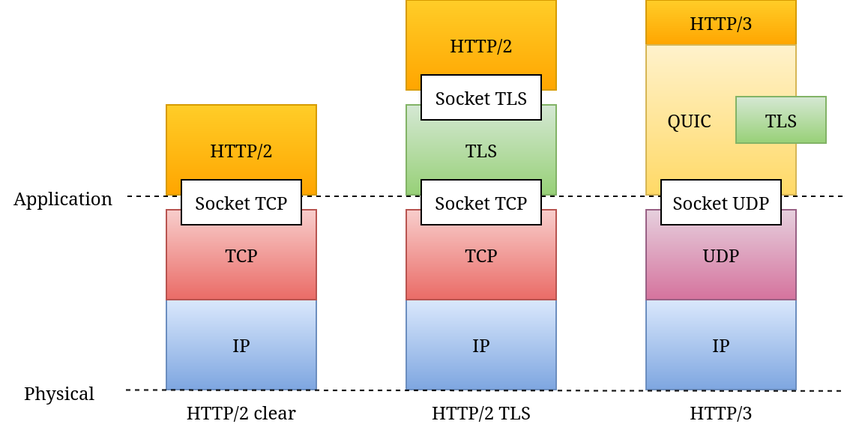
Earlier version of the draw.io export figures/stack_tls.png (seggiani-luca/appunti-cn). Source tidied: cells renumbered, new cells last; positions are measured from the earlier drawing's top-left corner, leaving out a move shared by most shapes. Its diagram source:
```xml
<mxGraphModel>
  <root>
    <mxCell id="0" />
    <mxCell id="1" parent="0" />
    <mxCell id="2" style="endArrow=none;dashed=1;html=1;rounded=0;" parent="1" edge="1">
      <mxGeometry relative="1" as="geometry">
        <mxPoint x="85" y="131" as="sourcePoint" />
        <mxPoint x="565" y="131" as="targetPoint" />
      </mxGeometry>
    </mxCell>
    <mxCell id="3" value="IP" style="rounded=0;whiteSpace=wrap;html=1;fillColor=#dae8fc;gradientColor=#7ea6e0;strokeColor=#6c8ebf;" parent="1" vertex="1">
      <mxGeometry x="111" y="200" width="100" height="60" as="geometry" />
    </mxCell>
    <mxCell id="4" value="TCP" style="rounded=0;whiteSpace=wrap;html=1;fillColor=#f8cecc;gradientColor=#ea6b66;strokeColor=#b85450;" parent="1" vertex="1">
      <mxGeometry x="111" y="140" width="100" height="60" as="geometry" />
    </mxCell>
    <mxCell id="5" value="HTTP/2" style="rounded=0;whiteSpace=wrap;html=1;fillColor=#ffcd28;gradientColor=#ffa500;strokeColor=#d79b00;" parent="1" vertex="1">
      <mxGeometry x="111" y="70" width="100" height="60" as="geometry" />
    </mxCell>
    <mxCell id="6" value="Socket TCP" style="rounded=0;whiteSpace=wrap;html=1;" parent="1" vertex="1">
      <mxGeometry x="121" y="120" width="80" height="30" as="geometry" />
    </mxCell>
    <mxCell id="7" value="IP" style="rounded=0;whiteSpace=wrap;html=1;fillColor=#dae8fc;gradientColor=#7ea6e0;strokeColor=#6c8ebf;" parent="1" vertex="1">
      <mxGeometry x="271" y="200" width="100" height="60" as="geometry" />
    </mxCell>
    <mxCell id="8" value="TCP" style="rounded=0;whiteSpace=wrap;html=1;fillColor=#f8cecc;gradientColor=#ea6b66;strokeColor=#b85450;" parent="1" vertex="1">
      <mxGeometry x="271" y="140" width="100" height="60" as="geometry" />
    </mxCell>
    <mxCell id="9" value="HTTP/2" style="rounded=0;whiteSpace=wrap;html=1;fillColor=#ffcd28;gradientColor=#ffa500;strokeColor=#d79b00;" parent="1" vertex="1">
      <mxGeometry x="271" width="100" height="60" as="geometry" />
    </mxCell>
    <mxCell id="10" value="TLS" style="rounded=0;whiteSpace=wrap;html=1;fillColor=#d5e8d4;gradientColor=#97d077;strokeColor=#82b366;" parent="1" vertex="1">
      <mxGeometry x="271" y="70" width="100" height="60" as="geometry" />
    </mxCell>
    <mxCell id="11" value="Socket TLS" style="rounded=0;whiteSpace=wrap;html=1;" parent="1" vertex="1">
      <mxGeometry x="281" y="50" width="80" height="30" as="geometry" />
    </mxCell>
    <mxCell id="12" value="Socket TCP" style="rounded=0;whiteSpace=wrap;html=1;" parent="1" vertex="1">
      <mxGeometry x="281" y="120" width="80" height="30" as="geometry" />
    </mxCell>
    <mxCell id="13" value="IP" style="rounded=0;whiteSpace=wrap;html=1;fillColor=#dae8fc;gradientColor=#7ea6e0;strokeColor=#6c8ebf;" parent="1" vertex="1">
      <mxGeometry x="431" y="200" width="100" height="60" as="geometry" />
    </mxCell>
    <mxCell id="14" value="UDP" style="rounded=0;whiteSpace=wrap;html=1;fillColor=#e6d0de;gradientColor=#d5739d;strokeColor=#996185;" parent="1" vertex="1">
      <mxGeometry x="431" y="140" width="100" height="60" as="geometry" />
    </mxCell>
    <mxCell id="15" value="HTTP/3" style="rounded=0;whiteSpace=wrap;html=1;fillColor=#ffcd28;gradientColor=#ffa500;strokeColor=#d79b00;" parent="1" vertex="1">
      <mxGeometry x="431" width="100" height="30" as="geometry" />
    </mxCell>
    <mxCell id="16" value="&amp;nbsp; &amp;nbsp;QUIC&lt;span style=&quot;white-space: pre;&quot;&gt;&#9;&lt;/span&gt;&lt;span style=&quot;white-space: pre;&quot;&gt;&#9;     &lt;/span&gt;" style="rounded=0;whiteSpace=wrap;html=1;fillColor=#fff2cc;strokeColor=#d6b656;gradientColor=#ffd966;" parent="1" vertex="1">
      <mxGeometry x="431" y="30" width="100" height="100" as="geometry" />
    </mxCell>
    <mxCell id="17" value="Socket UDP" style="rounded=0;whiteSpace=wrap;html=1;" parent="1" vertex="1">
      <mxGeometry x="441" y="120" width="80" height="30" as="geometry" />
    </mxCell>
    <mxCell id="18" value="TLS" style="rounded=0;whiteSpace=wrap;html=1;fillColor=#d5e8d4;gradientColor=#97d077;strokeColor=#82b366;" parent="1" vertex="1">
      <mxGeometry x="491" y="64.5" width="60" height="31" as="geometry" />
    </mxCell>
    <mxCell id="19" style="endArrow=none;dashed=1;html=1;rounded=0;" parent="1" edge="1">
      <mxGeometry relative="1" as="geometry">
        <mxPoint x="84" y="260.3" as="sourcePoint" />
        <mxPoint x="564" y="261" as="targetPoint" />
      </mxGeometry>
    </mxCell>
    <mxCell id="20" value="Application" style="text;html=1;whiteSpace=wrap;strokeColor=none;fillColor=none;align=center;verticalAlign=middle;rounded=0;" parent="1" vertex="1">
      <mxGeometry x="4" y="117" width="75.5" height="30" as="geometry" />
    </mxCell>
    <mxCell id="21" value="Physical" style="text;html=1;whiteSpace=wrap;strokeColor=none;fillColor=none;align=center;verticalAlign=middle;rounded=0;" parent="1" vertex="1">
      <mxGeometry y="247" width="79" height="30" as="geometry" />
    </mxCell>
    <mxCell id="22" value="&lt;div&gt;HTTP/2 clear&lt;/div&gt;" style="text;html=1;whiteSpace=wrap;strokeColor=none;fillColor=none;align=center;verticalAlign=middle;rounded=0;" parent="1" vertex="1">
      <mxGeometry x="123.2" y="260" width="75.5" height="30" as="geometry" />
    </mxCell>
    <mxCell id="23" value="HTTP/2 TLS" style="text;html=1;whiteSpace=wrap;strokeColor=none;fillColor=none;align=center;verticalAlign=middle;rounded=0;" parent="1" vertex="1">
      <mxGeometry x="283.2" y="260" width="75.5" height="30" as="geometry" />
    </mxCell>
    <mxCell id="24" value="HTTP/3" style="text;html=1;whiteSpace=wrap;strokeColor=none;fillColor=none;align=center;verticalAlign=middle;rounded=0;" parent="1" vertex="1">
      <mxGeometry x="443.2" y="260" width="75.5" height="30" as="geometry" />
    </mxCell>
  </root>
</mxGraphModel>
```
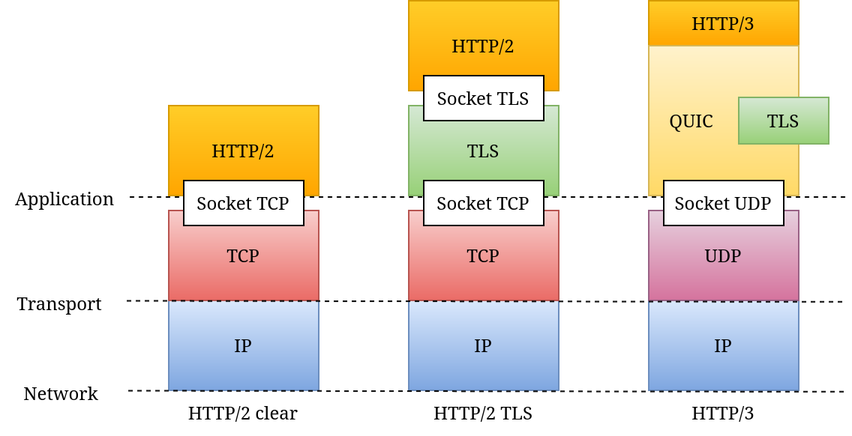
After the change.

What changed in the source:
```diff
@@ -65,7 +65,7 @@
     <mxCell id="20" value="Application" style="text;html=1;whiteSpace=wrap;strokeColor=none;fillColor=none;align=center;verticalAlign=middle;rounded=0;" parent="1" vertex="1">
       <mxGeometry x="4" y="117" width="75.5" height="30" as="geometry" />
     </mxCell>
-    <mxCell id="21" value="Physical" style="text;html=1;whiteSpace=wrap;strokeColor=none;fillColor=none;align=center;verticalAlign=middle;rounded=0;" parent="1" vertex="1">
+    <mxCell id="21" value="Network" style="text;html=1;whiteSpace=wrap;strokeColor=none;fillColor=none;align=center;verticalAlign=middle;rounded=0;" parent="1" vertex="1">
       <mxGeometry y="247" width="79" height="30" as="geometry" />
     </mxCell>
     <mxCell id="22" value="&lt;div&gt;HTTP/2 clear&lt;/div&gt;" style="text;html=1;whiteSpace=wrap;strokeColor=none;fillColor=none;align=center;verticalAlign=middle;rounded=0;" parent="1" vertex="1">
@@ -77,5 +77,14 @@
     <mxCell id="24" value="HTTP/3" style="text;html=1;whiteSpace=wrap;strokeColor=none;fillColor=none;align=center;verticalAlign=middle;rounded=0;" parent="1" vertex="1">
       <mxGeometry x="443.2" y="260" width="75.5" height="30" as="geometry" />
     </mxCell>
+    <mxCell id="25" style="endArrow=none;dashed=1;html=1;rounded=0;" parent="1" edge="1">
+      <mxGeometry relative="1" as="geometry">
+        <mxPoint x="83" y="200.3" as="sourcePoint" />
+        <mxPoint x="563" y="201" as="targetPoint" />
+      </mxGeometry>
+    </mxCell>
+    <mxCell id="26" value="Transport" style="text;html=1;whiteSpace=wrap;strokeColor=none;fillColor=none;align=center;verticalAlign=middle;rounded=0;" parent="1" vertex="1">
+      <mxGeometry x="-1" y="187" width="79" height="30" as="geometry" />
+    </mxCell>
   </root>
 </mxGraphModel>
```
